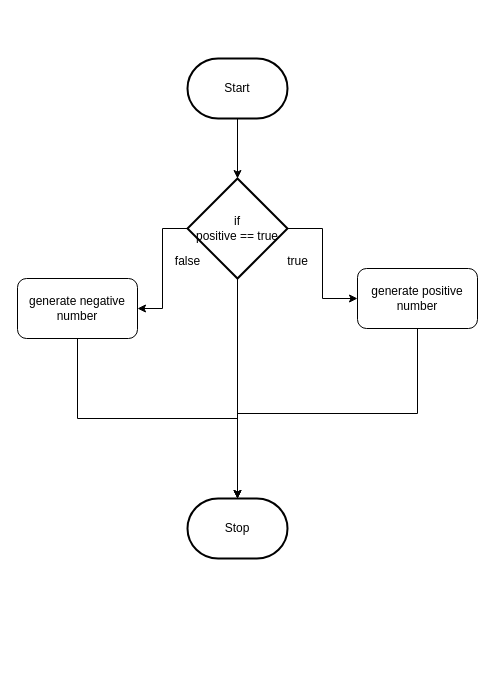
This is design/flowchart.drawio from MTHS-ICD2O-1-2024/ICD2O-Unit-5-02-Trisha-Ray, a draw.io file, before an edit. Source tidied: cells renumbered, new cells numbered last; positions are measured from the earlier drawing's top-left corner, leaving out a move shared by most shapes. Both pictures are drawn from the tidied source at 100%, with x=0, y=0 at pixel (17, 58).
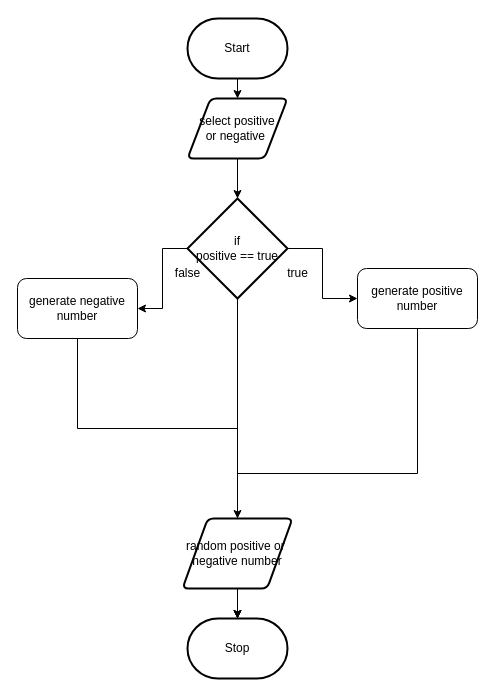
The same page after the edit.

The change refers to these unchanged cells:
```xml
<mxCell id="11" value="generate positive number" style="rounded=1;whiteSpace=wrap;html=1;" parent="1" vertex="1">
  <mxGeometry x="340" y="210" width="120" height="60" as="geometry" />
</mxCell>
<mxCell id="13" value="generate negative number" style="rounded=1;whiteSpace=wrap;html=1;" parent="1" vertex="1">
  <mxGeometry y="220" width="120" height="60" as="geometry" />
</mxCell>
```

Diff of the diagram source:
```diff
@@
-    <mxCell id="3" style="edgeStyle=none;html=1;" parent="1" edge="1" source="4" target="9">
+    <mxCell id="3" style="edgeStyle=none;html=1;" parent="1" edge="1" source="17" target="9">
       <mxGeometry relative="1" as="geometry" />
     </mxCell>
     <mxCell id="4" value="Start" style="strokeWidth=2;html=1;shape=mxgraph.flowchart.terminator;whiteSpace=wrap;" parent="1" vertex="1">
-      <mxGeometry x="170" width="100" height="60" as="geometry" />
+      <mxGeometry x="170" y="-40" width="100" height="60" as="geometry" />
     </mxCell>
     <mxCell id="5" value="Stop" style="strokeWidth=2;html=1;shape=mxgraph.flowchart.terminator;whiteSpace=wrap;" parent="1" vertex="1">
-      <mxGeometry x="170" y="440" width="100" height="60" as="geometry" />
+      <mxGeometry x="170" y="560" width="100" height="60" as="geometry" />
     </mxCell>
@@
     <mxCell id="9" value="if&lt;div&gt;positive == true&lt;/div&gt;" style="strokeWidth=2;html=1;shape=mxgraph.flowchart.decision;whiteSpace=wrap;" parent="1" vertex="1">
-      <mxGeometry x="170" y="120" width="100" height="100" as="geometry" />
+      <mxGeometry x="170" y="140" width="100" height="100" as="geometry" />
     </mxCell>
-    <mxCell id="10" style="edgeStyle=elbowEdgeStyle;html=1;rounded=0;elbow=vertical;" parent="1" edge="1" source="11">
-      <mxGeometry relative="1" as="geometry">
-        <mxPoint x="220" y="440" as="targetPoint" />
-      </mxGeometry>
+    <mxCell id="10" style="edgeStyle=elbowEdgeStyle;html=1;rounded=0;elbow=vertical;entryX=0.5;entryY=0;entryDx=0;entryDy=0;entryPerimeter=0;" parent="1" edge="1" source="11" target="5">
+      <mxGeometry relative="1" as="geometry" />
     </mxCell>
@@
-    <mxCell id="12" style="edgeStyle=elbowEdgeStyle;html=1;elbow=vertical;rounded=0;curved=0;entryX=0.5;entryY=0;entryDx=0;entryDy=0;entryPerimeter=0;" parent="1" edge="1" source="13" target="5">
-      <mxGeometry relative="1" as="geometry" />
+    <mxCell id="12" style="edgeStyle=elbowEdgeStyle;html=1;elbow=vertical;rounded=0;curved=0;" parent="1" edge="1" source="19">
+      <mxGeometry relative="1" as="geometry">
+        <mxPoint x="220" y="560" as="targetPoint" />
+      </mxGeometry>
     </mxCell>
@@
     <mxCell id="14" value="false" style="text;html=1;align=center;verticalAlign=middle;strokeColor=none;fillColor=none;" parent="1" vertex="1">
-      <mxGeometry x="145" y="188" width="50" height="30" as="geometry" />
+      <mxGeometry x="145" y="200" width="50" height="30" as="geometry" />
     </mxCell>
     <mxCell id="15" value="true" style="text;html=1;align=center;verticalAlign=middle;strokeColor=none;fillColor=none;" parent="1" vertex="1">
-      <mxGeometry x="260" y="188" width="40" height="30" as="geometry" />
+      <mxGeometry x="260" y="200" width="40" height="30" as="geometry" />
     </mxCell>
+    <mxCell id="16" style="edgeStyle=none;html=1;" parent="1" edge="1" source="4" target="17">
+      <mxGeometry relative="1" as="geometry" />
+    </mxCell>
+    <mxCell id="17" value="select positive&lt;div&gt;or negative&amp;nbsp;&lt;/div&gt;" style="shape=parallelogram;html=1;strokeWidth=2;perimeter=parallelogramPerimeter;whiteSpace=wrap;rounded=1;arcSize=12;size=0.23;" parent="1" vertex="1">
+      <mxGeometry x="170" y="40" width="100" height="60" as="geometry" />
+    </mxCell>
+    <mxCell id="18" style="edgeStyle=elbowEdgeStyle;html=1;elbow=vertical;rounded=0;curved=0;exitX=0.5;exitY=1;exitDx=0;exitDy=0;" parent="1" edge="1" source="13" target="19">
+      <mxGeometry relative="1" as="geometry" />
+    </mxCell>
+    <mxCell id="19" value="random positive or&amp;nbsp;&lt;div&gt;negative number&lt;/div&gt;" style="shape=parallelogram;html=1;strokeWidth=2;perimeter=parallelogramPerimeter;whiteSpace=wrap;rounded=1;arcSize=12;size=0.23;" parent="1" vertex="1">
+      <mxGeometry x="165" y="460" width="110" height="70" as="geometry" />
+    </mxCell>
```
